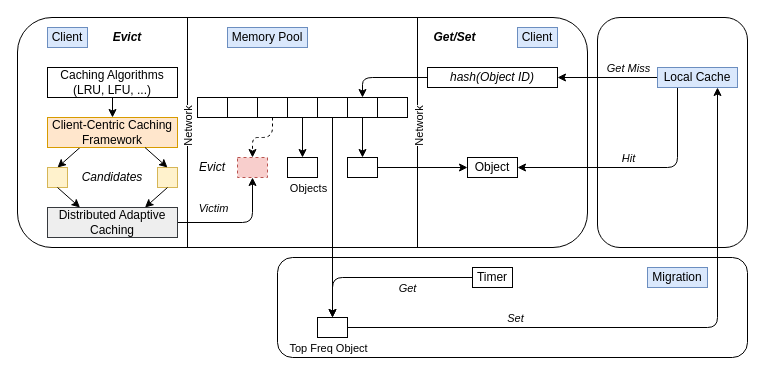
Before: 未命名绘图.drawio in smileexpression/Ditto, a draw.io diagram. Source tidied: cells renumbered, new cells numbered last; positions are measured from the earlier drawing's top-left corner, leaving out a move shared by most shapes. Both pictures are drawn from the tidied source at 100%, with x=0, y=0 at pixel (17, 17).
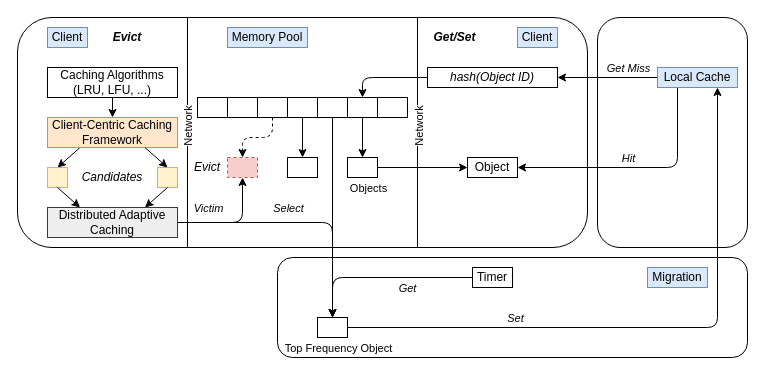
After the change.

Commit message:
更新未命名绘图.drawio

Unchanged cells that the change refers to:
```xml
<mxCell id="14" style="edgeStyle=orthogonalEdgeStyle;rounded=1;jettySize=auto;html=1;exitX=1;exitY=0.5;exitDx=0;exitDy=0;entryX=0.5;entryY=1;entryDx=0;entryDy=0;curved=0;" parent="1" edge="1" source="18" target="42">
  <mxGeometry relative="1" as="geometry" />
</mxCell>
<mxCell id="18" value="Distributed Adaptive&lt;div&gt;Caching&lt;/div&gt;" style="rounded=0;whiteSpace=wrap;html=1;fillColor=#eeeeee;strokeColor=#36393d;" parent="1" vertex="1">
  <mxGeometry x="30" y="190" width="130" height="30" as="geometry" />
</mxCell>
<mxCell id="38" style="rounded=0;whiteSpace=wrap;html=1;" parent="1" vertex="1">
  <mxGeometry x="270" y="80" width="30" height="20" as="geometry" />
</mxCell>
<mxCell id="40" style="rounded=0;whiteSpace=wrap;html=1;" parent="1" vertex="1">
  <mxGeometry x="300" y="80" width="30" height="20" as="geometry" />
</mxCell>
<mxCell id="43" style="rounded=0;whiteSpace=wrap;html=1;" parent="1" vertex="1">
  <mxGeometry x="270" y="140" width="30" height="20" as="geometry" />
</mxCell>
<mxCell id="48" style="rounded=0;whiteSpace=wrap;html=1;" parent="1" vertex="1">
  <mxGeometry x="300" y="300" width="30" height="20" as="geometry" />
</mxCell>
```

The edit, as a diff of the source:
```diff
@@
-    <mxCell id="15" value="Victim" style="edgeLabel;html=1;align=center;verticalAlign=middle;fontStyle=2;" parent="14" vertex="1">
-      <mxGeometry x="-0.48" y="2" relative="1" as="geometry">
-        <mxPoint x="4" y="-13" as="offset" />
-      </mxGeometry>
-    </mxCell>
     <mxCell id="16" value="Objects" style="edgeLabel;html=1;align=center;verticalAlign=middle;fontStyle=0;" parent="14" vertex="1">
       <mxGeometry x="-0.48" y="2" relative="1" as="geometry">
-        <mxPoint x="99" y="-33" as="offset" />
+        <mxPoint x="161" y="-33" as="offset" />
       </mxGeometry>
     </mxCell>
-    <mxCell id="17" value="Top Freq Object" style="edgeLabel;html=1;align=center;verticalAlign=middle;fontStyle=0;" parent="14" vertex="1">
+    <mxCell id="17" value="Top Frequency Object" style="edgeLabel;html=1;align=center;verticalAlign=middle;fontStyle=0;" parent="14" vertex="1">
       <mxGeometry x="-0.48" y="2" relative="1" as="geometry">
-        <mxPoint x="119" y="127" as="offset" />
+        <mxPoint x="131" y="127" as="offset" />
       </mxGeometry>
     </mxCell>
+    <mxCell id="15" value="Victim" style="edgeLabel;html=1;align=center;verticalAlign=middle;fontStyle=2;" parent="14" vertex="1">
+      <mxGeometry x="0.47" relative="1" as="geometry">
+        <mxPoint x="-35" y="1" as="offset" />
+      </mxGeometry>
+    </mxCell>
+    <mxCell id="60" style="edgeStyle=orthogonalEdgeStyle;rounded=1;jettySize=auto;html=1;exitX=1;exitY=0.5;exitDx=0;exitDy=0;entryX=0.5;entryY=0;entryDx=0;entryDy=0;curved=0;" parent="1" edge="1" source="18" target="48">
+      <mxGeometry relative="1" as="geometry" />
+    </mxCell>
+    <mxCell id="61" value="Select" style="edgeLabel;html=1;align=center;verticalAlign=middle;fontStyle=2;" parent="60" vertex="1">
+      <mxGeometry x="-0.21" relative="1" as="geometry">
+        <mxPoint x="11" y="-15" as="offset" />
+      </mxGeometry>
+    </mxCell>
@@
-    <mxCell id="37" style="edgeStyle=orthogonalEdgeStyle;rounded=0;jettySize=auto;html=1;exitX=0.5;exitY=1;exitDx=0;exitDy=0;entryX=0.5;entryY=0;entryDx=0;entryDy=0;" parent="1" edge="1" source="38" target="43">
+    <mxCell id="37" style="edgeStyle=orthogonalEdgeStyle;rounded=1;jettySize=auto;html=1;exitX=0.5;exitY=1;exitDx=0;exitDy=0;entryX=0.5;entryY=0;entryDx=0;entryDy=0;curved=0;" parent="1" edge="1" source="38" target="43">
       <mxGeometry relative="1" as="geometry" />
     </mxCell>
@@
-    <mxCell id="39" style="edgeStyle=orthogonalEdgeStyle;rounded=0;jettySize=auto;html=1;exitX=0.5;exitY=1;exitDx=0;exitDy=0;entryX=0.5;entryY=0;entryDx=0;entryDy=0;" parent="1" edge="1" source="40" target="48">
+    <mxCell id="39" style="edgeStyle=orthogonalEdgeStyle;rounded=1;jettySize=auto;html=1;exitX=0.5;exitY=1;exitDx=0;exitDy=0;entryX=0.5;entryY=0;entryDx=0;entryDy=0;curved=0;" parent="1" edge="1" source="40" target="48">
       <mxGeometry relative="1" as="geometry" />
     </mxCell>
@@
     <mxCell id="42" style="rounded=0;whiteSpace=wrap;html=1;dashed=1;fillColor=#f8cecc;strokeColor=#b85450;" parent="1" vertex="1">
-      <mxGeometry x="220" y="140" width="30" height="20" as="geometry" />
+      <mxGeometry x="210" y="140" width="30" height="20" as="geometry" />
     </mxCell>
@@
     <mxCell id="54" value="Evict" style="rounded=0;whiteSpace=wrap;html=1;fontStyle=2;fontColor=default;labelBorderColor=none;labelBackgroundColor=none;fillColor=default;strokeColor=none;" parent="1" vertex="1">
-      <mxGeometry x="175" y="140" width="40" height="20" as="geometry" />
+      <mxGeometry x="180" y="140" width="20" height="20" as="geometry" />
     </mxCell>
```
